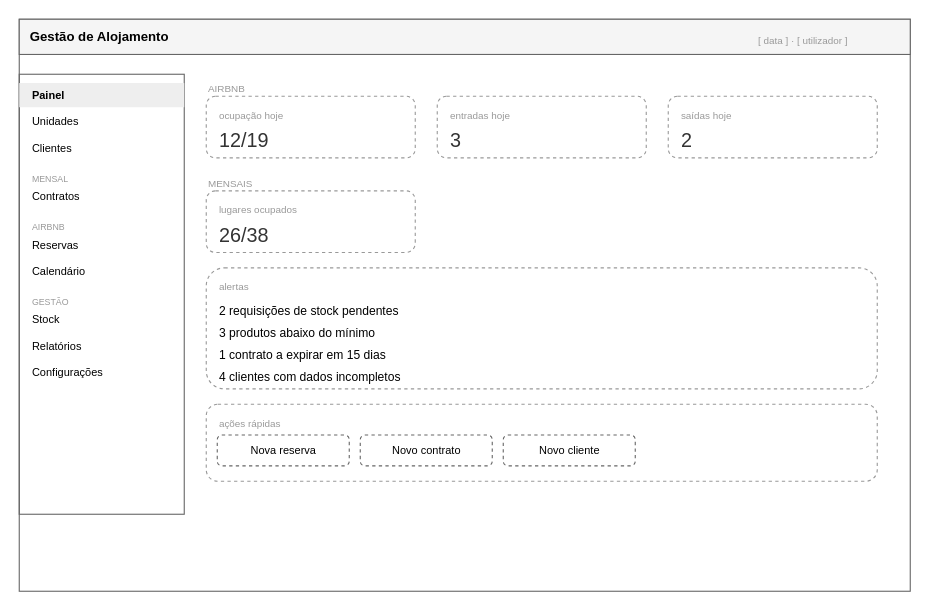
This is page "1. Painel principal" (1 of 13) of docs/2_desenho/Wireframes/Wireframes_Fase2_v3.drawio from Mauriciopates/hostel_gestao, a draw.io file, before an edit. Source tidied: cells renumbered, new cells numbered last; positions are measured from the earlier drawing's top-left corner, leaving out a move shared by most shapes. Both pictures are drawn from the tidied source at 110%, with x=0, y=0 at pixel (19, 19).
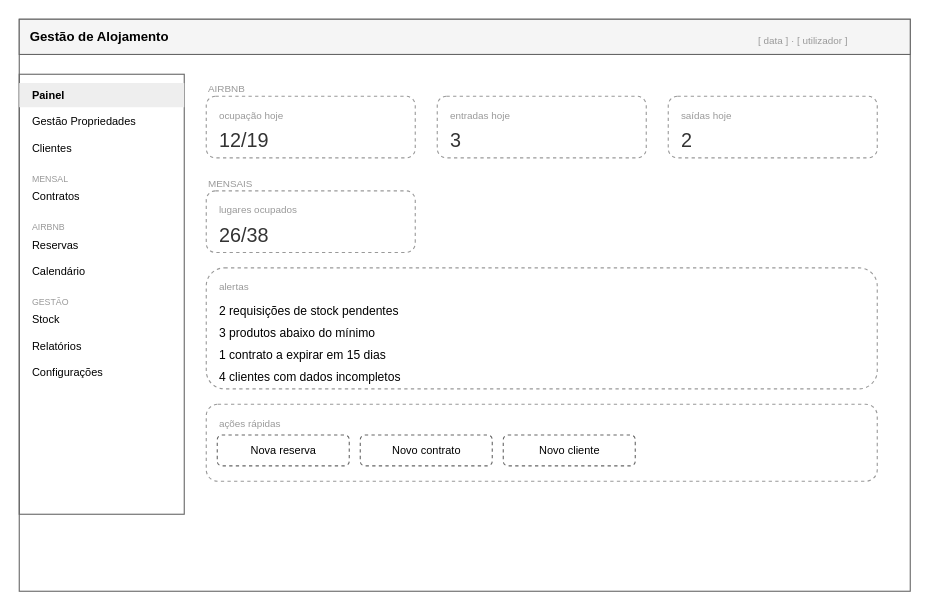
The same page after the edit.

What changed in the source:
```diff
@@
-    <mxCell id="7" value="Unidades" style="rounded=0;html=1;fillColor=none;strokeColor=none;align=left;spacingLeft=10;fontSize=10;" parent="1" vertex="1">
+    <mxCell id="7" value="Gestão Propriedades" style="rounded=0;html=1;fillColor=none;strokeColor=none;align=left;spacingLeft=10;fontSize=10;" parent="1" vertex="1">
       <mxGeometry y="82" width="150" height="22" as="geometry" />
     </mxCell>
```
